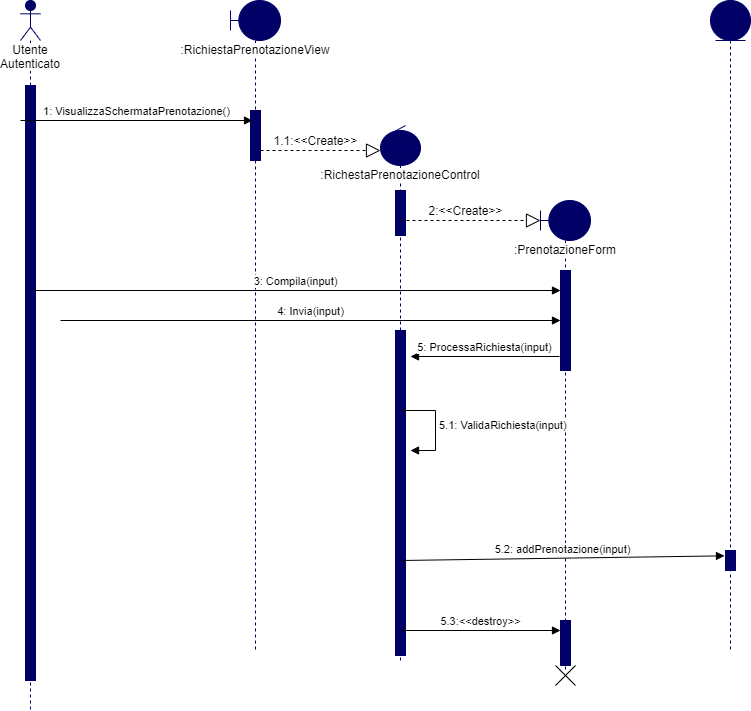
Above: Documenti/Sequence Diagram/Richiesta Prenotazione/Richiesta Prenotazione SD (fixed).png in Givaa/MedQueue (draw.io), before the change. Source tidied: cells renumbered, new cells last; positions are measured from the earlier drawing's top-left corner, leaving out a move shared by most shapes.
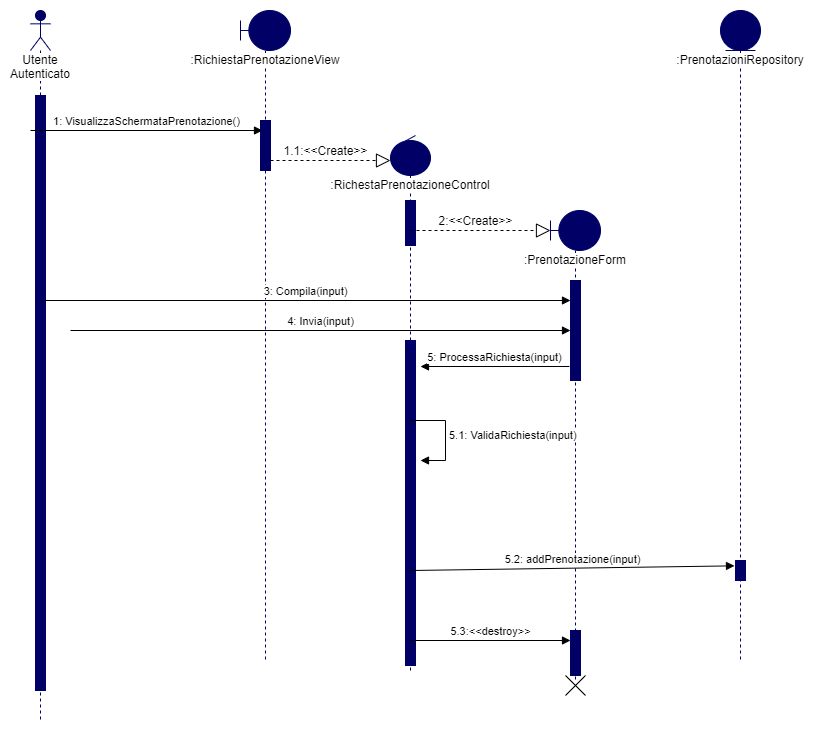
Above is the later version.

Commit message:
Updated Validazione Coda Use Case

Change to the diagram source:
```diff
@@ -91,7 +91,7 @@
         <mxPoint x="380" y="560" as="sourcePoint" />
       </mxGeometry>
     </mxCell>
-    <mxCell id="23" style="shape=umlLifeline;participant=umlEntity;perimeter=lifelinePerimeter;whiteSpace=wrap;html=1;verticalAlign=top;spacingTop=36;strokeColor=#000066;fillColor=#000066;" parent="1" vertex="1">
+    <mxCell id="23" value="&lt;span style=&quot;background-color: rgb(255 , 255 , 255)&quot;&gt;:PrenotazioniRepository&lt;/span&gt;" style="shape=umlLifeline;participant=umlEntity;perimeter=lifelinePerimeter;whiteSpace=wrap;html=1;verticalAlign=top;spacingTop=36;strokeColor=#000066;fillColor=#000066;" parent="1" vertex="1">
       <mxGeometry x="690" width="40" height="650" as="geometry" />
     </mxCell>
     <mxCell id="24" style="html=1;points=[];perimeter=orthogonalPerimeter;strokeColor=#000066;fillColor=#000066;" parent="23" vertex="1">
```
